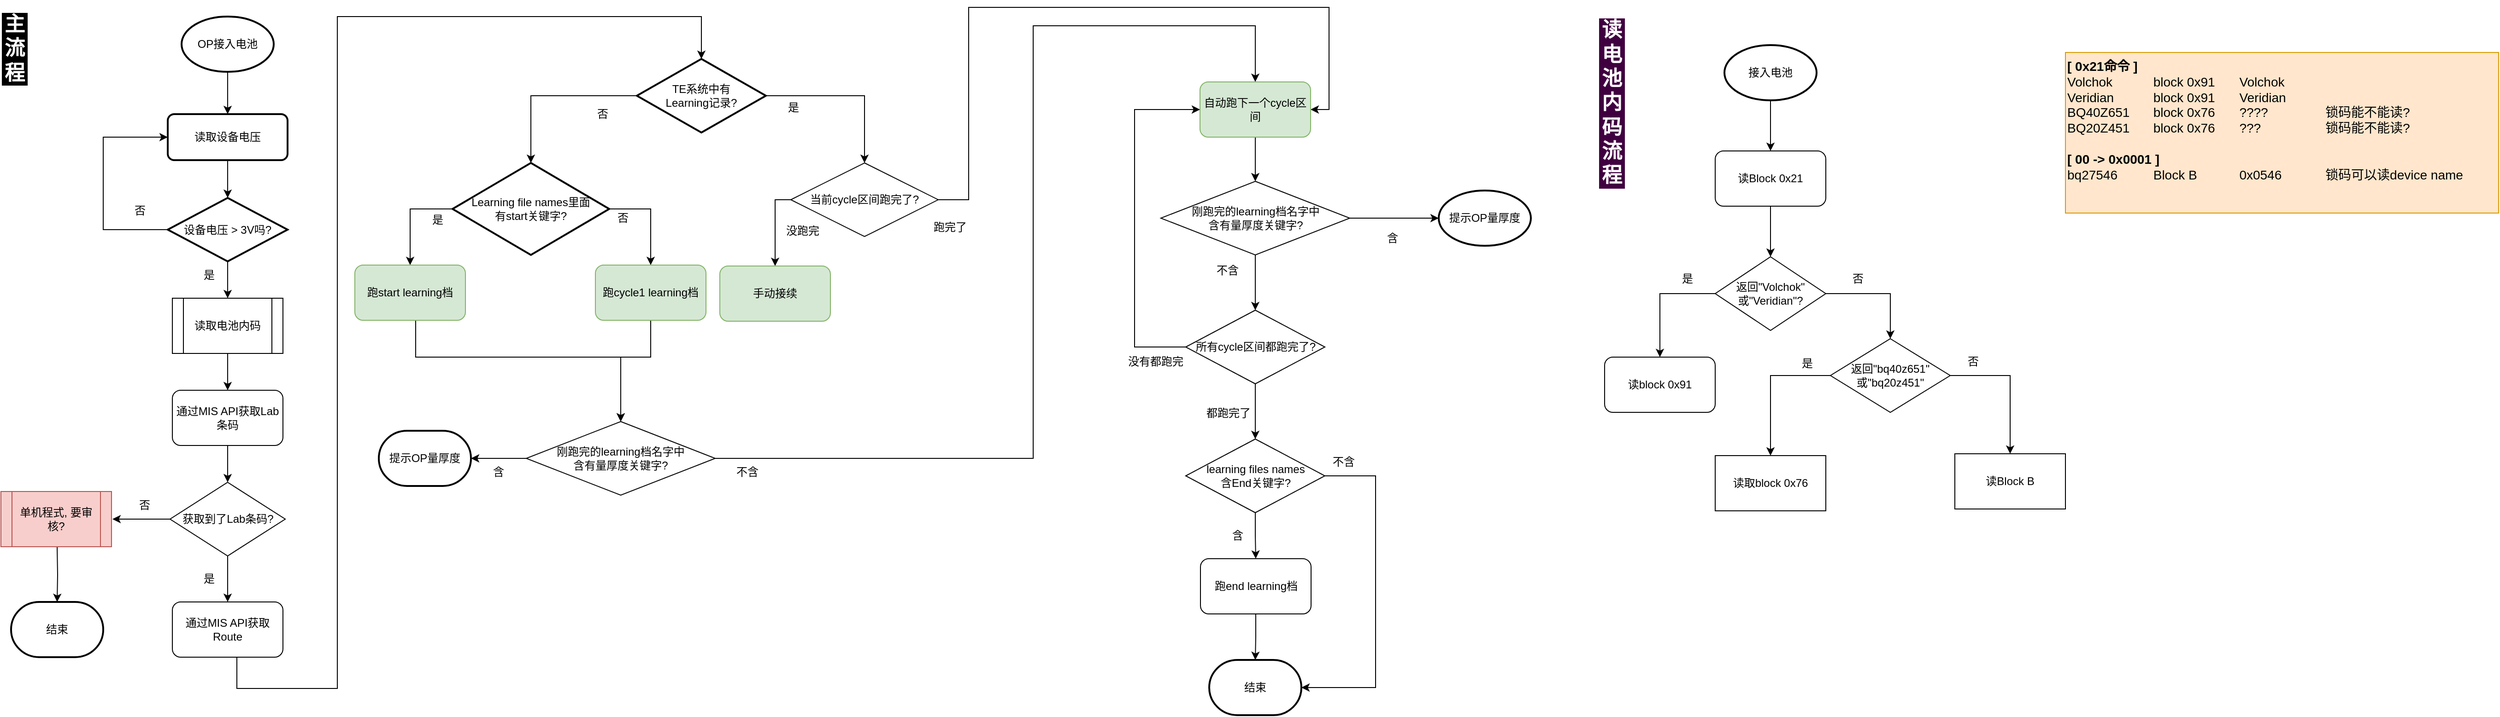
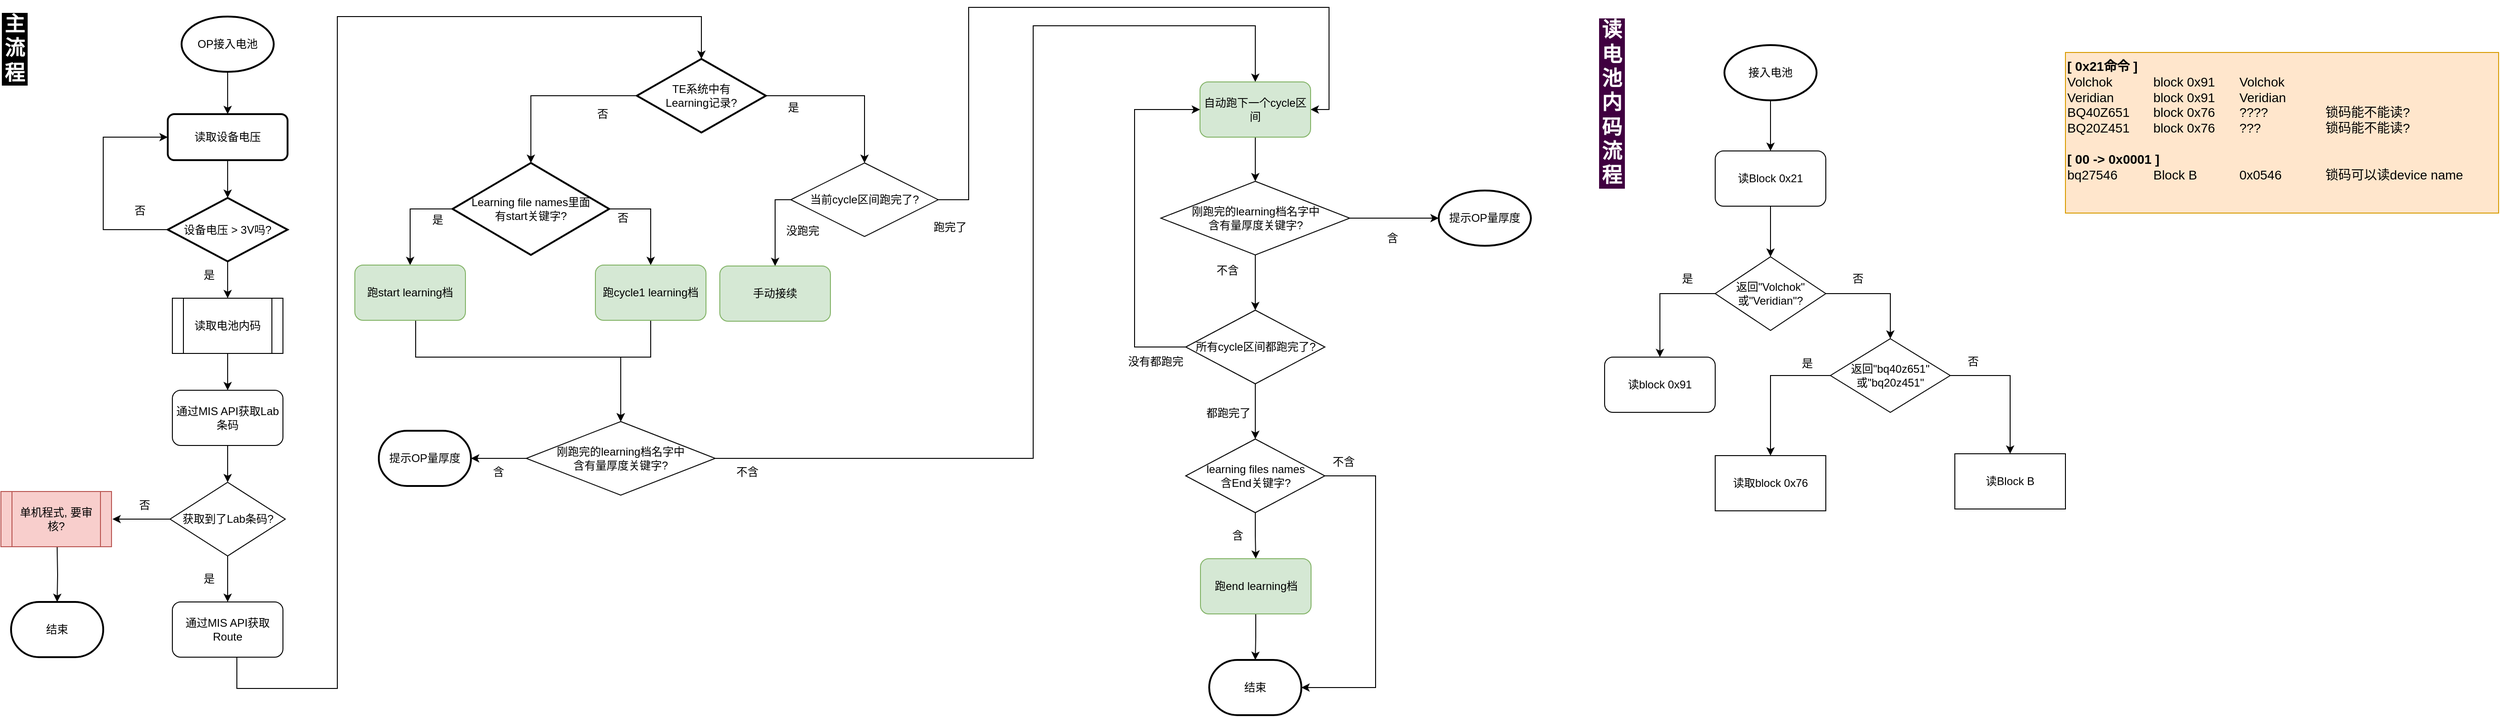
<mxfile host="app.diagrams.net">
  <diagram name="第 1 页" id="3HldnIOuQtLrwHUO-1mN">
-     <mxGraphModel dx="1318" dy="774" grid="1" gridSize="10" guides="1" tooltips="1" connect="1" arrows="1" fold="1" page="1" pageScale="1" pageWidth="1169" pageHeight="827" background="#FFFFFF" math="0" shadow="0">
+     <mxGraphModel dx="1628" dy="956" grid="1" gridSize="10" guides="1" tooltips="1" connect="1" arrows="1" fold="1" page="1" pageScale="1" pageWidth="1169" pageHeight="827" background="#FFFFFF" math="0" shadow="0">
      <root>
        <mxCell id="0" />
        <mxCell id="1" parent="0" />
        <mxCell id="qRa3hty1LtdxE0hFs_0w-8" edge="1" parent="1" source="qRa3hty1LtdxE0hFs_0w-4" style="edgeStyle=orthogonalEdgeStyle;rounded=0;orthogonalLoop=1;jettySize=auto;html=1;" target="qRa3hty1LtdxE0hFs_0w-6" value="">
          <mxGeometry relative="1" as="geometry" />
        </mxCell>
        <mxCell id="qRa3hty1LtdxE0hFs_0w-4" parent="1" style="strokeWidth=2;html=1;shape=mxgraph.flowchart.start_1;whiteSpace=wrap;" value="OP接入电池" vertex="1">
          <mxGeometry height="60" width="100" x="216" y="20" as="geometry" />
        </mxCell>
        <mxCell id="qRa3hty1LtdxE0hFs_0w-9" edge="1" parent="1" source="qRa3hty1LtdxE0hFs_0w-6" style="edgeStyle=orthogonalEdgeStyle;rounded=0;orthogonalLoop=1;jettySize=auto;html=1;" target="qRa3hty1LtdxE0hFs_0w-7" value="">
          <mxGeometry relative="1" as="geometry" />
        </mxCell>
        <mxCell id="qRa3hty1LtdxE0hFs_0w-6" parent="1" style="rounded=1;whiteSpace=wrap;html=1;absoluteArcSize=1;arcSize=14;strokeWidth=2;" value="读取设备电压" vertex="1">
          <mxGeometry height="50" width="130" x="201" y="126" as="geometry" />
        </mxCell>
        <mxCell id="qRa3hty1LtdxE0hFs_0w-14" edge="1" parent="1" source="qRa3hty1LtdxE0hFs_0w-7" style="edgeStyle=orthogonalEdgeStyle;rounded=0;orthogonalLoop=1;jettySize=auto;html=1;" target="qRa3hty1LtdxE0hFs_0w-13" value="">
          <mxGeometry relative="1" as="geometry" />
        </mxCell>
        <mxCell id="qRa3hty1LtdxE0hFs_0w-25" edge="1" parent="1" source="qRa3hty1LtdxE0hFs_0w-7" style="edgeStyle=orthogonalEdgeStyle;rounded=0;orthogonalLoop=1;jettySize=auto;html=1;entryX=0;entryY=0.5;entryDx=0;entryDy=0;" target="qRa3hty1LtdxE0hFs_0w-6">
          <mxGeometry relative="1" as="geometry">
            <Array as="points">
              <mxPoint x="131" y="252" />
              <mxPoint x="131" y="151" />
            </Array>
            <mxPoint x="411" y="146" as="targetPoint" />
          </mxGeometry>
        </mxCell>
        <mxCell id="qRa3hty1LtdxE0hFs_0w-7" parent="1" style="strokeWidth=2;html=1;shape=mxgraph.flowchart.decision;whiteSpace=wrap;" value="设备电压 &amp;gt; 3V吗?" vertex="1">
          <mxGeometry height="69" width="130" x="201" y="217" as="geometry" />
        </mxCell>
        <mxCell id="qRa3hty1LtdxE0hFs_0w-11" parent="1" style="text;html=1;whiteSpace=wrap;strokeColor=none;fillColor=none;align=center;verticalAlign=middle;rounded=0;" value="&lt;div&gt;否&lt;/div&gt;" vertex="1">
          <mxGeometry height="30" width="60" x="141" y="216" as="geometry" />
        </mxCell>
        <mxCell id="qRa3hty1LtdxE0hFs_0w-12" parent="1" style="text;html=1;whiteSpace=wrap;strokeColor=none;fillColor=none;align=center;verticalAlign=middle;rounded=0;" value="&lt;div&gt;是&lt;/div&gt;" vertex="1">
          <mxGeometry height="30" width="60" x="216" y="286" as="geometry" />
        </mxCell>
        <mxCell id="qRa3hty1LtdxE0hFs_0w-16" edge="1" parent="1" source="qRa3hty1LtdxE0hFs_0w-13" style="edgeStyle=orthogonalEdgeStyle;rounded=0;orthogonalLoop=1;jettySize=auto;html=1;" target="qRa3hty1LtdxE0hFs_0w-15" value="">
          <mxGeometry relative="1" as="geometry" />
        </mxCell>
        <mxCell id="qRa3hty1LtdxE0hFs_0w-13" parent="1" style="shape=process;whiteSpace=wrap;html=1;backgroundOutline=1;" value="读取电池内码" vertex="1">
          <mxGeometry height="60" width="120" x="206" y="326" as="geometry" />
        </mxCell>
        <mxCell id="qRa3hty1LtdxE0hFs_0w-20" edge="1" parent="1" source="qRa3hty1LtdxE0hFs_0w-15" style="edgeStyle=orthogonalEdgeStyle;rounded=0;orthogonalLoop=1;jettySize=auto;html=1;" target="qRa3hty1LtdxE0hFs_0w-19" value="">
          <mxGeometry relative="1" as="geometry" />
        </mxCell>
        <mxCell id="qRa3hty1LtdxE0hFs_0w-15" parent="1" style="rounded=1;whiteSpace=wrap;html=1;" value="通过MIS API获取Lab条码" vertex="1">
          <mxGeometry height="60" width="120" x="206" y="426" as="geometry" />
        </mxCell>
        <mxCell id="qRa3hty1LtdxE0hFs_0w-31" edge="1" parent="1" style="edgeStyle=orthogonalEdgeStyle;rounded=0;orthogonalLoop=1;jettySize=auto;html=1;entryX=0.5;entryY=0;entryDx=0;entryDy=0;entryPerimeter=0;strokeWidth=1;" target="qRa3hty1LtdxE0hFs_0w-30" value="">
          <mxGeometry relative="1" as="geometry">
            <Array as="points">
              <mxPoint x="276" y="750" />
              <mxPoint x="385" y="750" />
              <mxPoint x="385" y="20" />
              <mxPoint x="780" y="20" />
              <mxPoint x="780" y="59" />
            </Array>
            <mxPoint x="276" y="716" as="sourcePoint" />
            <mxPoint x="793" y="59" as="targetPoint" />
          </mxGeometry>
        </mxCell>
        <mxCell id="qRa3hty1LtdxE0hFs_0w-17" parent="1" style="rounded=1;whiteSpace=wrap;html=1;" value="通过MIS API获取Route" vertex="1">
          <mxGeometry height="60" width="120" x="206" y="656" as="geometry" />
        </mxCell>
        <mxCell id="qRa3hty1LtdxE0hFs_0w-21" edge="1" parent="1" source="qRa3hty1LtdxE0hFs_0w-19" style="edgeStyle=orthogonalEdgeStyle;rounded=0;orthogonalLoop=1;jettySize=auto;html=1;" target="qRa3hty1LtdxE0hFs_0w-17" value="">
          <mxGeometry relative="1" as="geometry" />
        </mxCell>
        <mxCell id="qRa3hty1LtdxE0hFs_0w-27" edge="1" parent="1" source="qRa3hty1LtdxE0hFs_0w-19" style="edgeStyle=orthogonalEdgeStyle;rounded=0;orthogonalLoop=1;jettySize=auto;html=1;" value="">
          <mxGeometry relative="1" as="geometry">
            <mxPoint x="141" y="566" as="targetPoint" />
          </mxGeometry>
        </mxCell>
        <mxCell id="qRa3hty1LtdxE0hFs_0w-19" parent="1" style="rhombus;whiteSpace=wrap;html=1;" value="获取到了Lab条码?" vertex="1">
          <mxGeometry height="80" width="125" x="203.5" y="526" as="geometry" />
        </mxCell>
        <mxCell id="qRa3hty1LtdxE0hFs_0w-22" parent="1" style="text;html=1;whiteSpace=wrap;strokeColor=none;fillColor=none;align=center;verticalAlign=middle;rounded=0;" value="是" vertex="1">
          <mxGeometry height="30" width="60" x="216" y="616" as="geometry" />
        </mxCell>
        <mxCell id="qRa3hty1LtdxE0hFs_0w-29" edge="1" parent="1" style="edgeStyle=orthogonalEdgeStyle;rounded=0;orthogonalLoop=1;jettySize=auto;html=1;" target="qRa3hty1LtdxE0hFs_0w-28" value="">
          <mxGeometry relative="1" as="geometry">
            <mxPoint x="81" y="596" as="sourcePoint" />
          </mxGeometry>
        </mxCell>
        <mxCell id="qRa3hty1LtdxE0hFs_0w-26" parent="1" style="shape=process;whiteSpace=wrap;html=1;backgroundOutline=1;fillColor=#f8cecc;strokeColor=#b85450;" value="单机程式, 要审核?" vertex="1">
          <mxGeometry height="60" width="120" x="20" y="536" as="geometry" />
        </mxCell>
        <mxCell id="qRa3hty1LtdxE0hFs_0w-28" parent="1" style="strokeWidth=2;html=1;shape=mxgraph.flowchart.terminator;whiteSpace=wrap;" value="结束" vertex="1">
          <mxGeometry height="60" width="100" x="31" y="656" as="geometry" />
        </mxCell>
        <mxCell id="qRa3hty1LtdxE0hFs_0w-34" edge="1" parent="1" source="qRa3hty1LtdxE0hFs_0w-30" style="edgeStyle=orthogonalEdgeStyle;rounded=0;orthogonalLoop=1;jettySize=auto;html=1;exitX=0;exitY=0.5;exitDx=0;exitDy=0;exitPerimeter=0;" target="qRa3hty1LtdxE0hFs_0w-33" value="">
          <mxGeometry relative="1" as="geometry">
            <mxPoint x="595" y="129" as="sourcePoint" />
          </mxGeometry>
        </mxCell>
        <mxCell id="qRa3hty1LtdxE0hFs_0w-38" edge="1" parent="1" source="qRa3hty1LtdxE0hFs_0w-30" style="edgeStyle=orthogonalEdgeStyle;rounded=0;orthogonalLoop=1;jettySize=auto;html=1;" target="qRa3hty1LtdxE0hFs_0w-37" value="">
          <mxGeometry relative="1" as="geometry" />
        </mxCell>
        <mxCell id="qRa3hty1LtdxE0hFs_0w-30" parent="1" style="strokeWidth=2;html=1;shape=mxgraph.flowchart.decision;whiteSpace=wrap;" value="&lt;div&gt;TE系统中有&lt;/div&gt;&lt;div&gt;Learning记录?&lt;/div&gt;" vertex="1">
          <mxGeometry height="80" width="140" x="710" y="66" as="geometry" />
        </mxCell>
        <mxCell id="qRa3hty1LtdxE0hFs_0w-67" edge="1" parent="1" source="qRa3hty1LtdxE0hFs_0w-33" style="edgeStyle=orthogonalEdgeStyle;rounded=0;orthogonalLoop=1;jettySize=auto;html=1;entryX=0.5;entryY=0;entryDx=0;entryDy=0;exitX=1;exitY=0.5;exitDx=0;exitDy=0;exitPerimeter=0;" target="qRa3hty1LtdxE0hFs_0w-66">
          <mxGeometry relative="1" as="geometry" />
        </mxCell>
        <mxCell id="PsBZDfwHha2lWDHOalyY-45" edge="1" parent="1" source="qRa3hty1LtdxE0hFs_0w-33" style="edgeStyle=orthogonalEdgeStyle;rounded=0;orthogonalLoop=1;jettySize=auto;html=1;entryX=0.5;entryY=0;entryDx=0;entryDy=0;" target="qRa3hty1LtdxE0hFs_0w-44">
          <mxGeometry relative="1" as="geometry">
            <Array as="points">
              <mxPoint x="464" y="229" />
            </Array>
          </mxGeometry>
        </mxCell>
        <mxCell id="qRa3hty1LtdxE0hFs_0w-33" parent="1" style="strokeWidth=2;html=1;shape=mxgraph.flowchart.decision;whiteSpace=wrap;" value="&lt;div&gt;Learning file names里面&lt;/div&gt;&lt;div&gt;有start关键字?&lt;/div&gt;" vertex="1">
          <mxGeometry height="100" width="170" x="510" y="179" as="geometry" />
        </mxCell>
        <mxCell id="qRa3hty1LtdxE0hFs_0w-35" parent="1" style="text;html=1;whiteSpace=wrap;strokeColor=none;fillColor=none;align=center;verticalAlign=middle;rounded=0;" value="否" vertex="1">
          <mxGeometry height="30" width="60" x="642.5" y="111" as="geometry" />
        </mxCell>
        <mxCell id="qRa3hty1LtdxE0hFs_0w-36" parent="1" style="text;html=1;whiteSpace=wrap;strokeColor=none;fillColor=none;align=center;verticalAlign=middle;rounded=0;" value="是" vertex="1">
          <mxGeometry height="30" width="60" x="850" y="104" as="geometry" />
        </mxCell>
        <mxCell id="qRa3hty1LtdxE0hFs_0w-40" edge="1" parent="1" source="qRa3hty1LtdxE0hFs_0w-37" style="edgeStyle=orthogonalEdgeStyle;rounded=0;orthogonalLoop=1;jettySize=auto;html=1;" target="qRa3hty1LtdxE0hFs_0w-39" value="">
          <mxGeometry relative="1" as="geometry">
            <Array as="points">
              <mxPoint x="860" y="219" />
            </Array>
          </mxGeometry>
        </mxCell>
        <mxCell id="PsBZDfwHha2lWDHOalyY-44" edge="1" parent="1" source="qRa3hty1LtdxE0hFs_0w-37" style="edgeStyle=orthogonalEdgeStyle;rounded=0;orthogonalLoop=1;jettySize=auto;html=1;entryX=1;entryY=0.5;entryDx=0;entryDy=0;" target="qRa3hty1LtdxE0hFs_0w-55">
          <mxGeometry relative="1" as="geometry">
            <Array as="points">
              <mxPoint x="1070" y="219" />
              <mxPoint x="1070" y="10" />
              <mxPoint x="1461" y="10" />
              <mxPoint x="1461" y="121" />
            </Array>
          </mxGeometry>
        </mxCell>
        <mxCell id="qRa3hty1LtdxE0hFs_0w-37" parent="1" style="rhombus;whiteSpace=wrap;html=1;" value="当前cycle区间跑完了?" vertex="1">
          <mxGeometry height="80" width="160" x="877" y="179" as="geometry" />
        </mxCell>
        <mxCell id="qRa3hty1LtdxE0hFs_0w-39" parent="1" style="rounded=1;whiteSpace=wrap;html=1;fillColor=#d5e8d4;strokeColor=#82b366;" value="手动接续" vertex="1">
          <mxGeometry height="60" width="120" x="800" y="291" as="geometry" />
        </mxCell>
        <mxCell id="qRa3hty1LtdxE0hFs_0w-41" parent="1" style="text;html=1;whiteSpace=wrap;strokeColor=none;fillColor=none;align=center;verticalAlign=middle;rounded=0;" value="没跑完" vertex="1">
          <mxGeometry height="30" width="60" x="860" y="238" as="geometry" />
        </mxCell>
        <mxCell id="qRa3hty1LtdxE0hFs_0w-71" edge="1" parent="1" source="qRa3hty1LtdxE0hFs_0w-44" style="edgeStyle=orthogonalEdgeStyle;rounded=0;orthogonalLoop=1;jettySize=auto;html=1;entryX=0.5;entryY=0;entryDx=0;entryDy=0;exitX=0.5;exitY=1;exitDx=0;exitDy=0;" target="qRa3hty1LtdxE0hFs_0w-49">
          <mxGeometry relative="1" as="geometry">
            <Array as="points">
              <mxPoint x="470" y="390" />
              <mxPoint x="692" y="390" />
            </Array>
          </mxGeometry>
        </mxCell>
        <mxCell id="qRa3hty1LtdxE0hFs_0w-44" parent="1" style="rounded=1;whiteSpace=wrap;html=1;fillColor=#d5e8d4;strokeColor=#82b366;" value="跑start learning档" vertex="1">
          <mxGeometry height="60" width="120" x="404" y="290" as="geometry" />
        </mxCell>
        <mxCell id="qRa3hty1LtdxE0hFs_0w-46" parent="1" style="text;html=1;whiteSpace=wrap;strokeColor=none;fillColor=none;align=center;verticalAlign=middle;rounded=0;" value="是" vertex="1">
          <mxGeometry height="30" width="60" x="464" y="226" as="geometry" />
        </mxCell>
        <mxCell id="qRa3hty1LtdxE0hFs_0w-129" edge="1" parent="1" source="qRa3hty1LtdxE0hFs_0w-49" style="edgeStyle=orthogonalEdgeStyle;rounded=0;orthogonalLoop=1;jettySize=auto;html=1;entryX=0.5;entryY=0;entryDx=0;entryDy=0;strokeWidth=1;exitX=1;exitY=0.5;exitDx=0;exitDy=0;" target="qRa3hty1LtdxE0hFs_0w-55">
          <mxGeometry relative="1" as="geometry">
            <Array as="points">
              <mxPoint x="1140" y="500" />
              <mxPoint x="1140" y="30" />
              <mxPoint x="1381" y="30" />
            </Array>
            <mxPoint x="800" y="500" as="sourcePoint" />
          </mxGeometry>
        </mxCell>
        <mxCell id="PsBZDfwHha2lWDHOalyY-38" edge="1" parent="1" source="qRa3hty1LtdxE0hFs_0w-49" style="edgeStyle=orthogonalEdgeStyle;rounded=0;orthogonalLoop=1;jettySize=auto;html=1;" target="PsBZDfwHha2lWDHOalyY-37" value="">
          <mxGeometry relative="1" as="geometry" />
        </mxCell>
        <mxCell id="qRa3hty1LtdxE0hFs_0w-49" parent="1" style="rhombus;whiteSpace=wrap;html=1;" value="&lt;div&gt;刚跑完的learning档名字中&lt;/div&gt;&lt;div&gt;含有量厚度关键字?&lt;/div&gt;" vertex="1">
          <mxGeometry height="80" width="205" x="590" y="460" as="geometry" />
        </mxCell>
        <mxCell id="qRa3hty1LtdxE0hFs_0w-53" parent="1" style="text;html=1;whiteSpace=wrap;strokeColor=none;fillColor=none;align=center;verticalAlign=middle;rounded=0;" value="&lt;div&gt;含&lt;/div&gt;" vertex="1">
          <mxGeometry height="30" width="60" x="530" y="500" as="geometry" />
        </mxCell>
        <mxCell id="qRa3hty1LtdxE0hFs_0w-130" edge="1" parent="1" source="qRa3hty1LtdxE0hFs_0w-55" style="edgeStyle=orthogonalEdgeStyle;rounded=0;orthogonalLoop=1;jettySize=auto;html=1;" target="qRa3hty1LtdxE0hFs_0w-88" value="">
          <mxGeometry relative="1" as="geometry" />
        </mxCell>
        <mxCell id="qRa3hty1LtdxE0hFs_0w-55" parent="1" style="rounded=1;whiteSpace=wrap;html=1;fillColor=#d5e8d4;strokeColor=#82b366;" value="自动跑下一个cycle区间" vertex="1">
          <mxGeometry height="60" width="120" x="1321" y="91" as="geometry" />
        </mxCell>
        <mxCell id="qRa3hty1LtdxE0hFs_0w-57" parent="1" style="text;html=1;whiteSpace=wrap;strokeColor=none;fillColor=none;align=center;verticalAlign=middle;rounded=0;" value="否" vertex="1">
          <mxGeometry height="30" width="60" x="146" y="536" as="geometry" />
        </mxCell>
        <mxCell id="qRa3hty1LtdxE0hFs_0w-58" parent="1" style="text;html=1;whiteSpace=wrap;strokeColor=none;fillColor=none;align=center;verticalAlign=middle;rounded=0;" value="跑完了" vertex="1">
          <mxGeometry height="30" width="60" x="1020" y="233.5" as="geometry" />
        </mxCell>
        <mxCell id="qRa3hty1LtdxE0hFs_0w-73" edge="1" parent="1" source="qRa3hty1LtdxE0hFs_0w-66" style="edgeStyle=orthogonalEdgeStyle;rounded=0;orthogonalLoop=1;jettySize=auto;html=1;entryX=0.5;entryY=0;entryDx=0;entryDy=0;exitX=0.5;exitY=1;exitDx=0;exitDy=0;" target="qRa3hty1LtdxE0hFs_0w-49">
          <mxGeometry relative="1" as="geometry">
            <Array as="points">
              <mxPoint x="725" y="390" />
              <mxPoint x="692" y="390" />
            </Array>
          </mxGeometry>
        </mxCell>
        <mxCell id="qRa3hty1LtdxE0hFs_0w-66" parent="1" style="rounded=1;whiteSpace=wrap;html=1;fillColor=#d5e8d4;strokeColor=#82b366;" value="跑cycle1 learning档" vertex="1">
          <mxGeometry height="60" width="120" x="665" y="290" as="geometry" />
        </mxCell>
        <mxCell id="qRa3hty1LtdxE0hFs_0w-68" parent="1" style="text;html=1;whiteSpace=wrap;strokeColor=none;fillColor=none;align=center;verticalAlign=middle;rounded=0;" value="否" vertex="1">
          <mxGeometry height="30" width="60" x="665" y="224" as="geometry" />
        </mxCell>
        <mxCell id="qRa3hty1LtdxE0hFs_0w-75" parent="1" style="text;html=1;whiteSpace=wrap;strokeColor=none;fillColor=none;align=center;verticalAlign=middle;rounded=0;" value="不含" vertex="1">
          <mxGeometry height="30" width="60" x="800" y="500" as="geometry" />
        </mxCell>
        <mxCell id="qRa3hty1LtdxE0hFs_0w-134" edge="1" parent="1" source="qRa3hty1LtdxE0hFs_0w-88" style="edgeStyle=orthogonalEdgeStyle;rounded=0;orthogonalLoop=1;jettySize=auto;html=1;" target="qRa3hty1LtdxE0hFs_0w-107" value="">
          <mxGeometry relative="1" as="geometry" />
        </mxCell>
        <mxCell id="PsBZDfwHha2lWDHOalyY-47" edge="1" parent="1" source="qRa3hty1LtdxE0hFs_0w-88" style="edgeStyle=orthogonalEdgeStyle;rounded=0;orthogonalLoop=1;jettySize=auto;html=1;" target="qRa3hty1LtdxE0hFs_0w-103" value="">
          <mxGeometry relative="1" as="geometry" />
        </mxCell>
        <mxCell id="qRa3hty1LtdxE0hFs_0w-88" parent="1" style="rhombus;whiteSpace=wrap;html=1;" value="&lt;div&gt;刚跑完的learning档名字中&lt;/div&gt;&lt;div&gt;含有量厚度关键字?&lt;/div&gt;" vertex="1">
          <mxGeometry height="80" width="205" x="1278.5" y="199" as="geometry" />
        </mxCell>
        <mxCell id="qRa3hty1LtdxE0hFs_0w-93" parent="1" style="text;html=1;whiteSpace=wrap;strokeColor=none;fillColor=none;align=center;verticalAlign=middle;rounded=0;" value="含" vertex="1">
          <mxGeometry height="30" width="60" x="1500" y="246" as="geometry" />
        </mxCell>
        <mxCell id="qRa3hty1LtdxE0hFs_0w-95" parent="1" style="text;html=1;whiteSpace=wrap;strokeColor=none;fillColor=none;align=center;verticalAlign=middle;rounded=0;" value="不含" vertex="1">
          <mxGeometry height="30" width="60" x="1321" y="281" as="geometry" />
        </mxCell>
        <mxCell id="qRa3hty1LtdxE0hFs_0w-103" parent="1" style="strokeWidth=2;html=1;shape=mxgraph.flowchart.start_1;whiteSpace=wrap;" value="&lt;div&gt;提示OP量厚度&lt;/div&gt;" vertex="1">
          <mxGeometry height="60" width="100" x="1580" y="209" as="geometry" />
        </mxCell>
        <mxCell id="qRa3hty1LtdxE0hFs_0w-118" edge="1" parent="1" source="qRa3hty1LtdxE0hFs_0w-107" style="edgeStyle=orthogonalEdgeStyle;rounded=0;orthogonalLoop=1;jettySize=auto;html=1;" target="qRa3hty1LtdxE0hFs_0w-117" value="">
          <mxGeometry relative="1" as="geometry" />
        </mxCell>
        <mxCell id="PsBZDfwHha2lWDHOalyY-42" edge="1" parent="1" source="qRa3hty1LtdxE0hFs_0w-107" style="edgeStyle=orthogonalEdgeStyle;rounded=0;orthogonalLoop=1;jettySize=auto;html=1;entryX=0;entryY=0.5;entryDx=0;entryDy=0;" target="qRa3hty1LtdxE0hFs_0w-55">
          <mxGeometry relative="1" as="geometry">
            <Array as="points">
              <mxPoint x="1250" y="379" />
              <mxPoint x="1250" y="121" />
            </Array>
          </mxGeometry>
        </mxCell>
        <mxCell id="qRa3hty1LtdxE0hFs_0w-107" parent="1" style="rhombus;whiteSpace=wrap;html=1;" value="所有cycle区间都跑完了?" vertex="1">
          <mxGeometry height="80" width="151" x="1305.5" y="339" as="geometry" />
        </mxCell>
        <mxCell id="qRa3hty1LtdxE0hFs_0w-111" parent="1" style="text;html=1;whiteSpace=wrap;strokeColor=none;fillColor=none;align=center;verticalAlign=middle;rounded=0;" value="没有都跑完" vertex="1">
          <mxGeometry height="30" width="65.5" x="1240" y="380" as="geometry" />
        </mxCell>
        <mxCell id="qRa3hty1LtdxE0hFs_0w-112" parent="1" style="strokeWidth=2;html=1;shape=mxgraph.flowchart.terminator;whiteSpace=wrap;" value="结束" vertex="1">
          <mxGeometry height="60" width="100" x="1331" y="719" as="geometry" />
        </mxCell>
        <mxCell id="qRa3hty1LtdxE0hFs_0w-114" parent="1" style="text;html=1;whiteSpace=wrap;strokeColor=none;fillColor=none;align=center;verticalAlign=middle;rounded=0;" value="都跑完了" vertex="1">
          <mxGeometry height="30" width="60" x="1322" y="436" as="geometry" />
        </mxCell>
        <mxCell id="qRa3hty1LtdxE0hFs_0w-122" edge="1" parent="1" source="qRa3hty1LtdxE0hFs_0w-117" style="edgeStyle=orthogonalEdgeStyle;rounded=0;orthogonalLoop=1;jettySize=auto;html=1;" target="qRa3hty1LtdxE0hFs_0w-120" value="">
          <mxGeometry relative="1" as="geometry" />
        </mxCell>
        <mxCell id="qRa3hty1LtdxE0hFs_0w-117" parent="1" style="rhombus;whiteSpace=wrap;html=1;" value="&lt;div&gt;learning files names&lt;/div&gt;&lt;div&gt;含End关键字?&lt;/div&gt;" vertex="1">
          <mxGeometry height="80" width="151" x="1305.5" y="479" as="geometry" />
        </mxCell>
        <mxCell id="qRa3hty1LtdxE0hFs_0w-121" edge="1" parent="1" source="qRa3hty1LtdxE0hFs_0w-120" style="edgeStyle=orthogonalEdgeStyle;rounded=0;orthogonalLoop=1;jettySize=auto;html=1;" target="qRa3hty1LtdxE0hFs_0w-112" value="">
          <mxGeometry relative="1" as="geometry" />
        </mxCell>
-         <mxCell id="qRa3hty1LtdxE0hFs_0w-120" parent="1" style="rounded=1;whiteSpace=wrap;html=1;" value="跑end learning档" vertex="1">
+         <mxCell id="qRa3hty1LtdxE0hFs_0w-120" parent="1" style="rounded=1;whiteSpace=wrap;html=1;fillColor=#d5e8d4;strokeColor=#82b366;" value="跑end learning档" vertex="1">
          <mxGeometry height="60" width="120" x="1321.5" y="609" as="geometry" />
        </mxCell>
        <mxCell id="qRa3hty1LtdxE0hFs_0w-123" parent="1" style="text;html=1;whiteSpace=wrap;strokeColor=none;fillColor=none;align=center;verticalAlign=middle;rounded=0;" value="含" vertex="1">
          <mxGeometry height="30" width="60" x="1331.5" y="569" as="geometry" />
        </mxCell>
        <mxCell id="qRa3hty1LtdxE0hFs_0w-124" edge="1" parent="1" source="qRa3hty1LtdxE0hFs_0w-117" style="edgeStyle=orthogonalEdgeStyle;rounded=0;orthogonalLoop=1;jettySize=auto;html=1;entryX=1;entryY=0.5;entryDx=0;entryDy=0;entryPerimeter=0;" target="qRa3hty1LtdxE0hFs_0w-112">
          <mxGeometry relative="1" as="geometry">
            <Array as="points">
              <mxPoint x="1511.5" y="519" />
              <mxPoint x="1511.5" y="749" />
            </Array>
          </mxGeometry>
        </mxCell>
        <mxCell id="qRa3hty1LtdxE0hFs_0w-125" parent="1" style="text;html=1;whiteSpace=wrap;strokeColor=none;fillColor=none;align=center;verticalAlign=middle;rounded=0;" value="不含" vertex="1">
          <mxGeometry height="30" width="60" x="1446.5" y="489" as="geometry" />
        </mxCell>
        <mxCell id="PsBZDfwHha2lWDHOalyY-6" edge="1" parent="1" source="qRa3hty1LtdxE0hFs_0w-136" style="edgeStyle=orthogonalEdgeStyle;rounded=0;orthogonalLoop=1;jettySize=auto;html=1;" target="PsBZDfwHha2lWDHOalyY-3" value="">
          <mxGeometry relative="1" as="geometry" />
        </mxCell>
        <mxCell id="qRa3hty1LtdxE0hFs_0w-136" parent="1" style="strokeWidth=2;html=1;shape=mxgraph.flowchart.start_1;whiteSpace=wrap;" value="接入电池" vertex="1">
          <mxGeometry height="60" width="100" x="1890" y="51" as="geometry" />
        </mxCell>
        <mxCell id="PsBZDfwHha2lWDHOalyY-1" parent="1" style="text;html=1;whiteSpace=wrap;strokeColor=none;fillColor=none;align=center;verticalAlign=middle;rounded=0;fontStyle=1;strokeWidth=3;labelBackgroundColor=light-dark(#400040, #ededed);fontColor=light-dark(#ffffff, #ededed);fontSize=22;" value="读电池内码流程" vertex="1">
          <mxGeometry height="30" width="30" x="1753" y="99" as="geometry" />
        </mxCell>
        <mxCell id="PsBZDfwHha2lWDHOalyY-2" parent="1" style="text;html=1;whiteSpace=wrap;strokeColor=#d79b00;fillColor=#ffe6cc;align=left;verticalAlign=top;rounded=0;fontSize=14;labelBackgroundColor=none;" value="&lt;div&gt;&lt;b&gt;[ 0x21命令 ]&lt;/b&gt;&lt;/div&gt;&lt;div&gt;Volchok&lt;span style=&quot;white-space: pre;&quot;&gt;&#x9;&lt;/span&gt;&lt;span style=&quot;white-space: pre;&quot;&gt;&#x9;&lt;/span&gt;block 0x91&lt;span style=&quot;white-space: pre;&quot;&gt;&#x9;&lt;/span&gt;Volchok&lt;/div&gt;&lt;div&gt;Veridian&lt;span style=&quot;white-space: pre;&quot;&gt;&lt;span style=&quot;white-space: pre;&quot;&gt;&#x9;&lt;/span&gt;&lt;span style=&quot;white-space: pre;&quot;&gt;&#x9;&lt;/span&gt;block 0x91&#x9;Veridian&lt;/span&gt;&lt;/div&gt;&lt;div&gt;BQ40Z651&lt;span style=&quot;white-space: pre;&quot;&gt;&#x9;block 0x76&lt;/span&gt;&lt;span style=&quot;white-space: pre;&quot;&gt;&#x9;????&lt;span style=&quot;white-space: pre;&quot;&gt;&#x9;&lt;/span&gt;&lt;span style=&quot;white-space: pre;&quot;&gt;&#x9;&lt;/span&gt;锁码能不能读?&lt;/span&gt;&lt;/div&gt;&lt;div&gt;&lt;span style=&quot;white-space: pre;&quot;&gt;BQ20Z451&lt;span style=&quot;white-space: pre;&quot;&gt;&#x9;&lt;/span&gt;block 0x76&lt;span style=&quot;white-space: pre;&quot;&gt;&#x9;???&lt;span style=&quot;white-space: pre;&quot;&gt;&#x9;&lt;/span&gt;&lt;span style=&quot;white-space: pre;&quot;&gt;&#x9;&lt;/span&gt;&lt;span style=&quot;white-space: pre;&quot;&gt;&#x9;&lt;/span&gt;锁码能不能读?&lt;/span&gt;&lt;/span&gt;&lt;/div&gt;&lt;div&gt;&lt;br&gt;&lt;/div&gt;&lt;div&gt;&lt;b&gt;[ 00 -&amp;gt; 0x0001 ]&lt;/b&gt;&lt;/div&gt;&lt;div&gt;bq27546&lt;span style=&quot;white-space: pre;&quot;&gt;&#x9;&lt;/span&gt;&lt;span style=&quot;white-space: pre;&quot;&gt;&#x9;Block B&lt;span style=&quot;white-space: pre;&quot;&gt;&#x9;&lt;/span&gt;&lt;span style=&quot;white-space: pre;&quot;&gt;&#x9;&lt;/span&gt;0x0546&lt;span style=&quot;white-space: pre;&quot;&gt;&#x9;&lt;/span&gt;&lt;span style=&quot;white-space: pre;&quot;&gt;&#x9;&lt;/span&gt;锁码可以读device name&lt;/span&gt;&lt;/div&gt;&lt;div&gt;&lt;br&gt;&lt;/div&gt;" vertex="1">
          <mxGeometry height="174.5" width="470" x="2260" y="59" as="geometry" />
        </mxCell>
        <mxCell id="PsBZDfwHha2lWDHOalyY-7" edge="1" parent="1" source="PsBZDfwHha2lWDHOalyY-3" style="edgeStyle=orthogonalEdgeStyle;rounded=0;orthogonalLoop=1;jettySize=auto;html=1;" target="PsBZDfwHha2lWDHOalyY-5" value="">
          <mxGeometry relative="1" as="geometry" />
        </mxCell>
        <mxCell id="PsBZDfwHha2lWDHOalyY-3" parent="1" style="rounded=1;whiteSpace=wrap;html=1;" value="读Block 0x21" vertex="1">
          <mxGeometry height="60" width="120" x="1880" y="166" as="geometry" />
        </mxCell>
        <mxCell id="PsBZDfwHha2lWDHOalyY-27" edge="1" parent="1" source="PsBZDfwHha2lWDHOalyY-5" style="edgeStyle=orthogonalEdgeStyle;rounded=0;orthogonalLoop=1;jettySize=auto;html=1;" target="PsBZDfwHha2lWDHOalyY-26" value="">
          <mxGeometry relative="1" as="geometry" />
        </mxCell>
        <mxCell id="PsBZDfwHha2lWDHOalyY-35" edge="1" parent="1" source="PsBZDfwHha2lWDHOalyY-5" style="edgeStyle=orthogonalEdgeStyle;rounded=0;orthogonalLoop=1;jettySize=auto;html=1;entryX=0.5;entryY=0;entryDx=0;entryDy=0;" target="PsBZDfwHha2lWDHOalyY-12">
          <mxGeometry relative="1" as="geometry">
            <Array as="points">
              <mxPoint x="1820" y="321" />
            </Array>
          </mxGeometry>
        </mxCell>
        <mxCell id="PsBZDfwHha2lWDHOalyY-5" parent="1" style="rhombus;whiteSpace=wrap;html=1;" value="&lt;div&gt;返回&quot;Volchok&quot;&lt;/div&gt;&lt;div&gt;或&quot;Veridian&quot;?&lt;/div&gt;" vertex="1">
          <mxGeometry height="80" width="120" x="1880" y="281" as="geometry" />
        </mxCell>
        <mxCell id="PsBZDfwHha2lWDHOalyY-12" parent="1" style="rounded=1;whiteSpace=wrap;html=1;" value="读block 0x91" vertex="1">
          <mxGeometry height="60" width="120" x="1760" y="390" as="geometry" />
        </mxCell>
        <mxCell id="PsBZDfwHha2lWDHOalyY-14" parent="1" style="text;html=1;whiteSpace=wrap;strokeColor=none;fillColor=none;align=center;verticalAlign=middle;rounded=0;" value="是" vertex="1">
          <mxGeometry height="30" width="60" x="1820" y="290" as="geometry" />
        </mxCell>
        <mxCell id="PsBZDfwHha2lWDHOalyY-29" edge="1" parent="1" source="PsBZDfwHha2lWDHOalyY-26" style="edgeStyle=orthogonalEdgeStyle;rounded=0;orthogonalLoop=1;jettySize=auto;html=1;" target="PsBZDfwHha2lWDHOalyY-28" value="">
          <mxGeometry relative="1" as="geometry" />
        </mxCell>
        <mxCell id="PsBZDfwHha2lWDHOalyY-32" edge="1" parent="1" source="PsBZDfwHha2lWDHOalyY-26" style="edgeStyle=orthogonalEdgeStyle;rounded=0;orthogonalLoop=1;jettySize=auto;html=1;" target="PsBZDfwHha2lWDHOalyY-31" value="">
          <mxGeometry relative="1" as="geometry" />
        </mxCell>
        <mxCell id="PsBZDfwHha2lWDHOalyY-26" parent="1" style="rhombus;whiteSpace=wrap;html=1;" value="&lt;div&gt;返回&quot;bq40z651&quot;&lt;/div&gt;&lt;div&gt;或&quot;bq20z451&quot;&lt;/div&gt;" vertex="1">
          <mxGeometry height="80" width="130" x="2005" y="370" as="geometry" />
        </mxCell>
        <mxCell id="PsBZDfwHha2lWDHOalyY-28" parent="1" style="whiteSpace=wrap;html=1;" value="读取block 0x76" vertex="1">
          <mxGeometry height="60" width="120" x="1880" y="497" as="geometry" />
        </mxCell>
        <mxCell id="PsBZDfwHha2lWDHOalyY-30" parent="1" style="text;html=1;whiteSpace=wrap;strokeColor=none;fillColor=none;align=center;verticalAlign=middle;rounded=0;" value="是" vertex="1">
          <mxGeometry height="30" width="60" x="1950" y="382" as="geometry" />
        </mxCell>
        <mxCell id="PsBZDfwHha2lWDHOalyY-31" parent="1" style="whiteSpace=wrap;html=1;" value="读Block B" vertex="1">
          <mxGeometry height="60" width="120" x="2140" y="495" as="geometry" />
        </mxCell>
        <mxCell id="PsBZDfwHha2lWDHOalyY-33" parent="1" style="text;html=1;whiteSpace=wrap;strokeColor=none;fillColor=none;align=center;verticalAlign=middle;rounded=0;" value="否" vertex="1">
          <mxGeometry height="30" width="60" x="2005" y="290" as="geometry" />
        </mxCell>
        <mxCell id="PsBZDfwHha2lWDHOalyY-34" parent="1" style="text;html=1;whiteSpace=wrap;strokeColor=none;fillColor=none;align=center;verticalAlign=middle;rounded=0;" value="否" vertex="1">
          <mxGeometry height="30" width="60" x="2130" y="380" as="geometry" />
        </mxCell>
        <mxCell id="PsBZDfwHha2lWDHOalyY-36" parent="1" style="text;html=1;whiteSpace=wrap;strokeColor=none;fillColor=none;align=center;verticalAlign=middle;rounded=0;fontStyle=1;fontSize=22;fontColor=light-dark(#ffffff, #ededed);strokeWidth=3;labelBackgroundColor=#000000;" value="主流程" vertex="1">
          <mxGeometry height="30" width="30" x="20" y="40" as="geometry" />
        </mxCell>
        <mxCell id="PsBZDfwHha2lWDHOalyY-37" parent="1" style="strokeWidth=2;html=1;shape=mxgraph.flowchart.terminator;whiteSpace=wrap;" value="提示OP量厚度" vertex="1">
          <mxGeometry height="60" width="100" x="430" y="470" as="geometry" />
        </mxCell>
      </root>
    </mxGraphModel>
  </diagram>
</mxfile>
